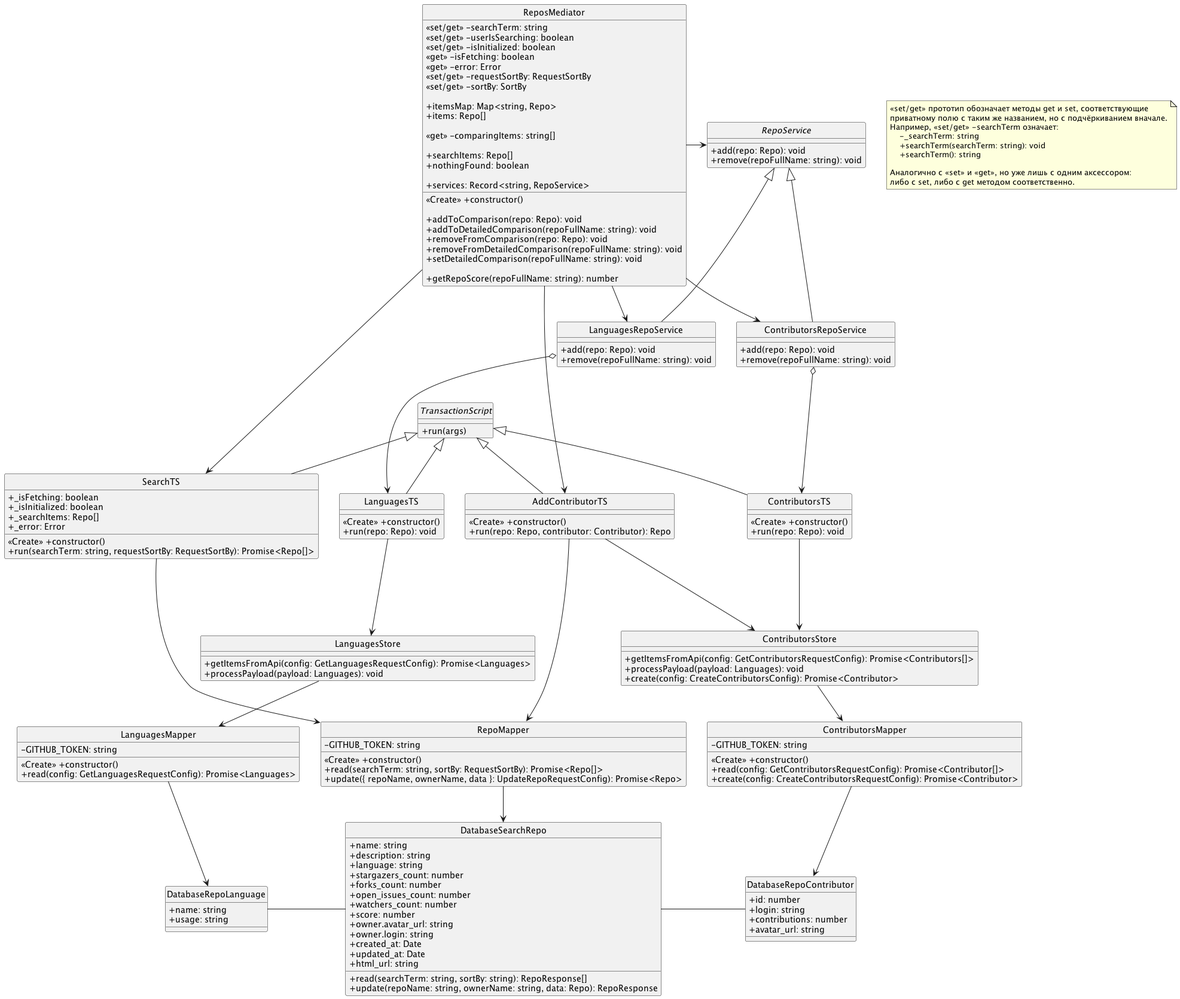
Earlier version of the PlantUML export docs/Classes_diagram.png (RepoAnalyzer/repolier-frontend).
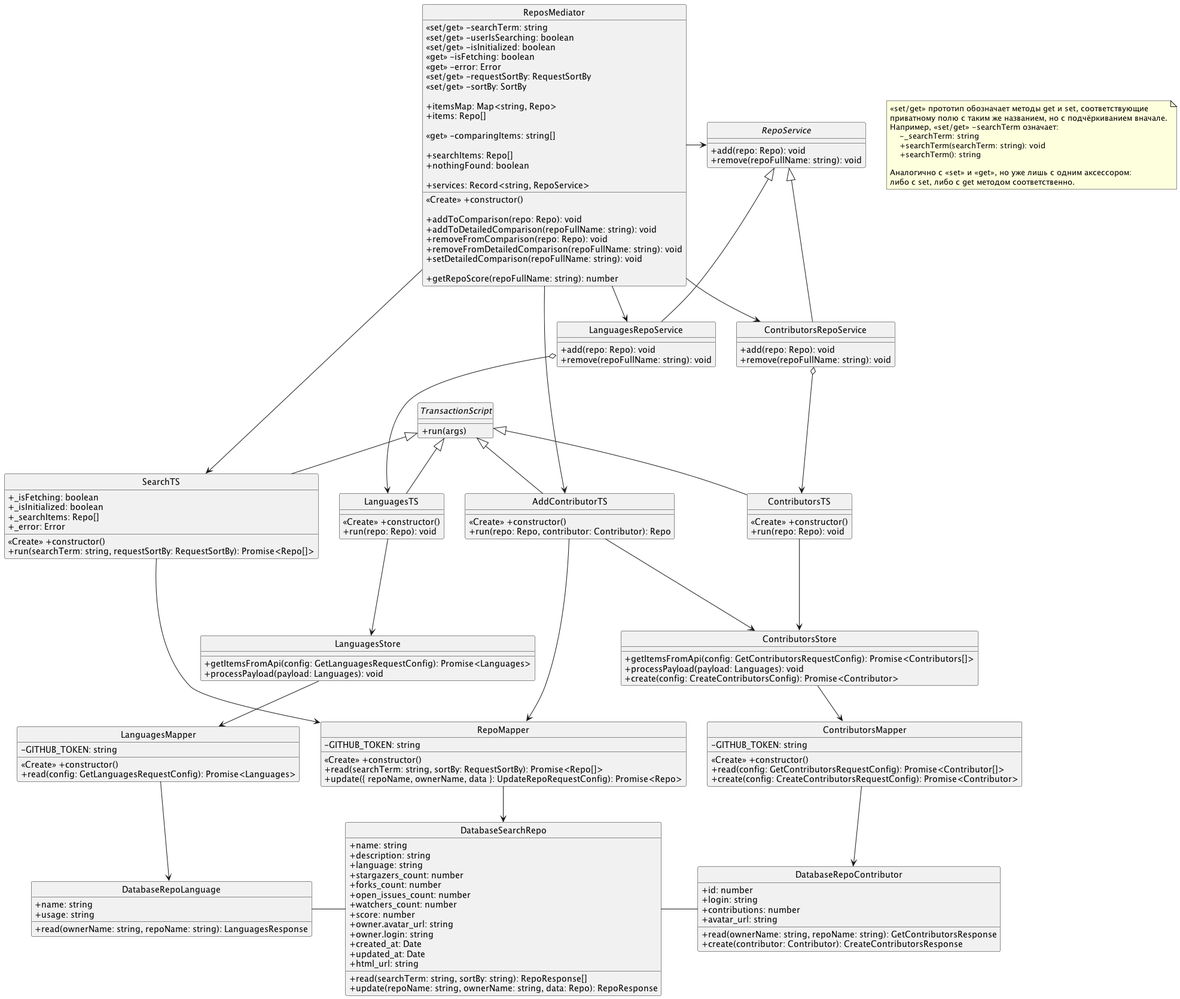
Above is the later version.

Commit message:
docs(Classes_diagram): added methods to databases.

The edit, as a diff of the source:
```diff
@@ -156,6 +156,8 @@
         +login: string
         +contributions: number
         +avatar_url: string
+        +read(ownerName: string, repoName: string): GetContributorsResponse
+        +create(contributor: Contributor): CreateContributorsResponse
     }
     DatabaseRepoContributor -left- DatabaseSearchRepo
 
@@ -184,6 +186,7 @@
     class DatabaseRepoLanguage {
         +name: string
         +usage: string
+        +read(ownerName: string, repoName: string): LanguagesResponse
     }
 
 @enduml
```
